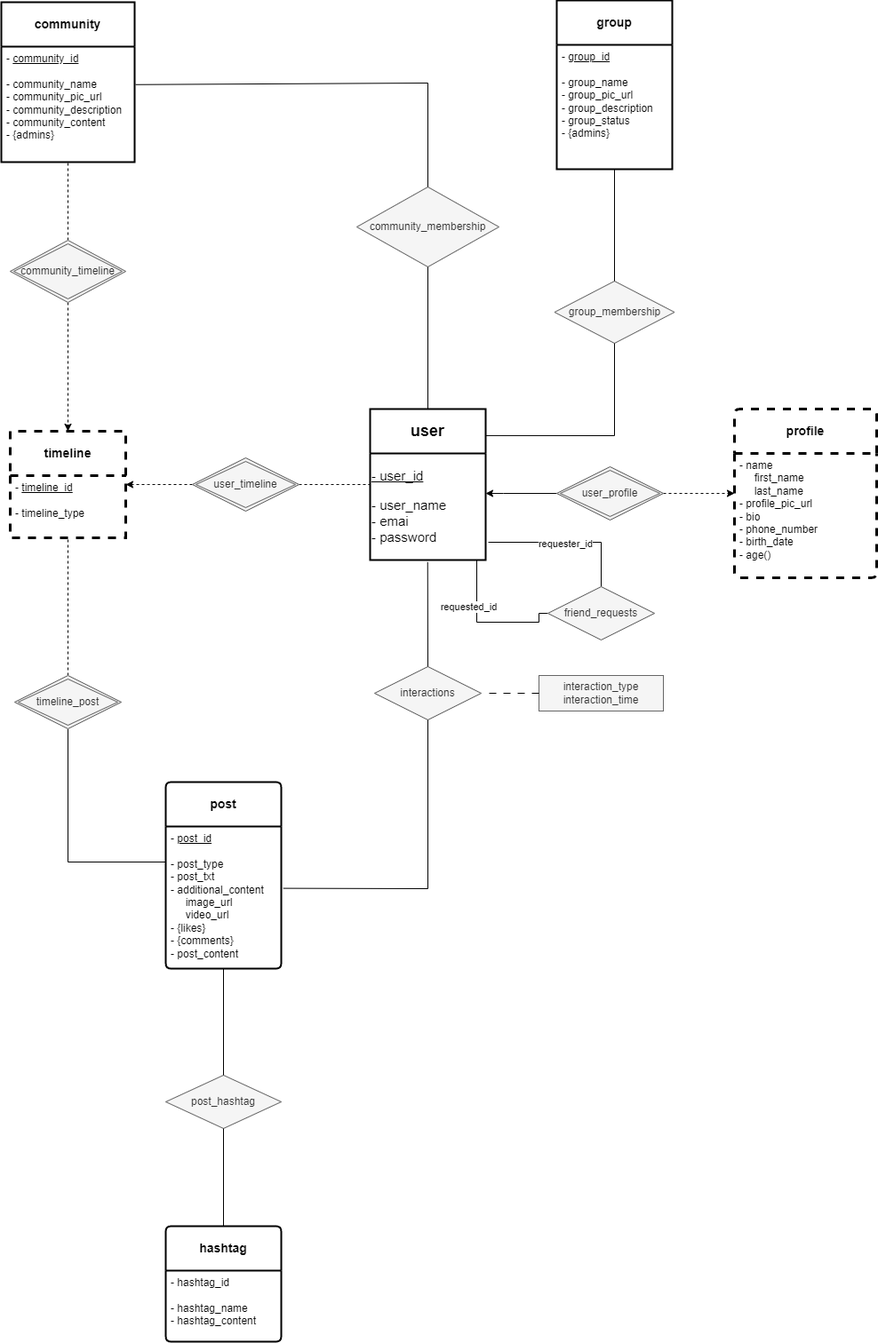
rezaAalaei/yu-gi-oh_messenger keeps this draw.io diagram as new_messenger_project.drawio.png. Above is the earlier version. Source tidied: cells renumbered, new cells last; positions are measured from the earlier drawing's top-left corner, leaving out a move shared by most shapes.
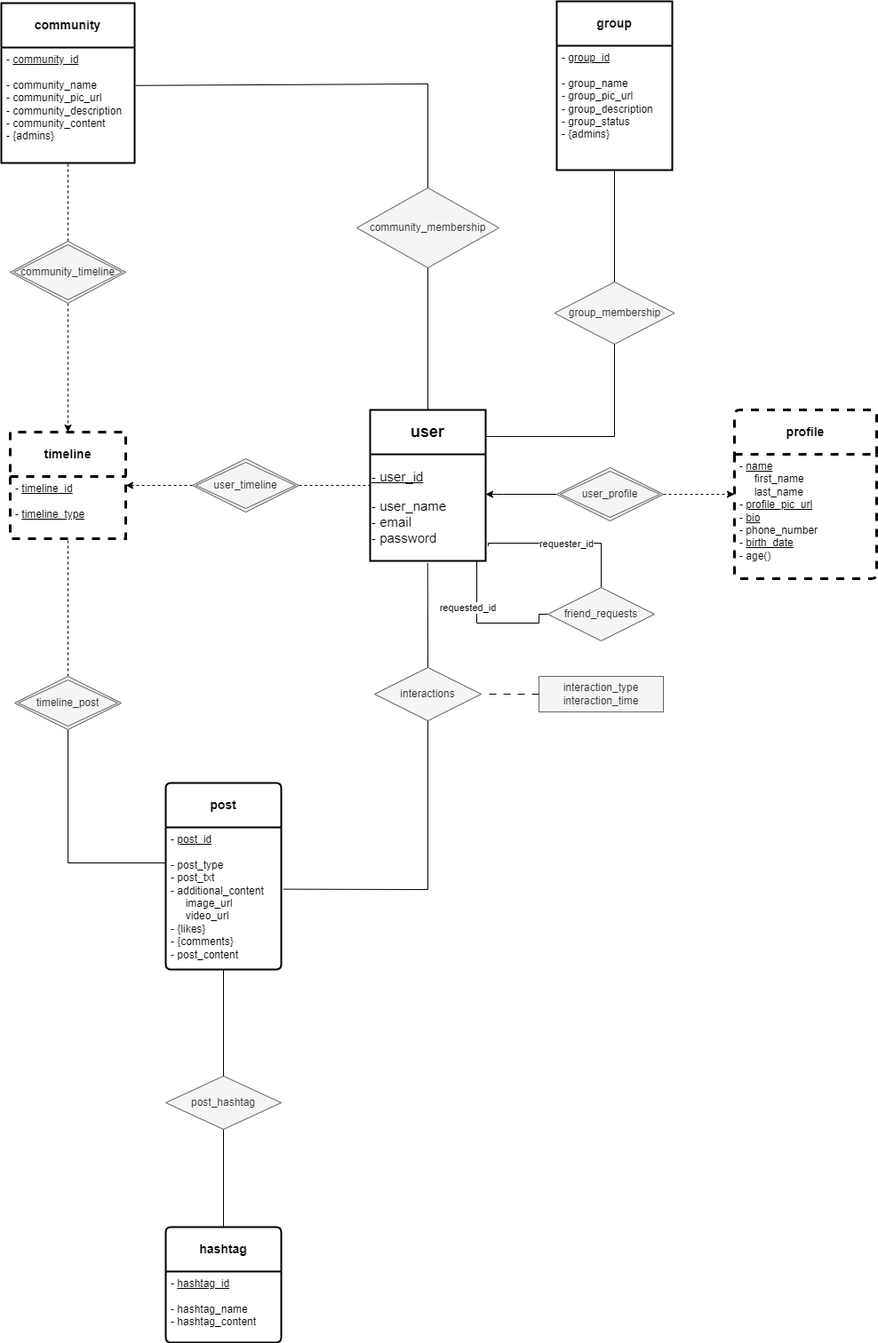
The same diagram one commit later.

What changed in the source:
```diff
@@ -5,13 +5,13 @@
     <mxCell id="2" value="&lt;b&gt;user&lt;/b&gt;" style="swimlane;horizontal=1;startSize=50;rounded=0;fontSize=18;fontStyle=0;strokeWidth=2;shadow=0;dashed=0;align=center;arcSize=4;whiteSpace=wrap;html=1;" parent="1" vertex="1">
       <mxGeometry x="415" y="460" width="130" height="170" as="geometry" />
     </mxCell>
-    <mxCell id="3" value="&lt;div style=&quot;&quot;&gt;&lt;u style=&quot;font-size: 15px; background-color: initial;&quot;&gt;- user_id&lt;/u&gt;&lt;/div&gt;&lt;div style=&quot;&quot;&gt;&lt;br&gt;&lt;/div&gt;&lt;font style=&quot;font-size: 15px;&quot;&gt;&lt;div style=&quot;&quot;&gt;&lt;span style=&quot;background-color: initial;&quot;&gt;- user_name&lt;/span&gt;&lt;/div&gt;&lt;div style=&quot;&quot;&gt;&lt;span style=&quot;background-color: initial;&quot;&gt;- emai&lt;/span&gt;&lt;/div&gt;&lt;div style=&quot;&quot;&gt;&lt;span style=&quot;background-color: initial;&quot;&gt;- password&lt;/span&gt;&lt;/div&gt;&lt;/font&gt;" style="text;html=1;align=left;verticalAlign=middle;points=[];strokeColor=none;fillColor=none;" parent="2" vertex="1">
+    <mxCell id="3" value="&lt;div style=&quot;&quot;&gt;&lt;u style=&quot;font-size: 15px; background-color: initial;&quot;&gt;- user_id&lt;/u&gt;&lt;/div&gt;&lt;div style=&quot;&quot;&gt;&lt;br&gt;&lt;/div&gt;&lt;font style=&quot;font-size: 15px;&quot;&gt;&lt;div style=&quot;&quot;&gt;&lt;span style=&quot;background-color: initial;&quot;&gt;- user_name&lt;/span&gt;&lt;/div&gt;&lt;div style=&quot;&quot;&gt;&lt;span style=&quot;background-color: initial;&quot;&gt;- email&lt;/span&gt;&lt;/div&gt;&lt;div style=&quot;&quot;&gt;&lt;span style=&quot;background-color: initial;&quot;&gt;- password&lt;/span&gt;&lt;/div&gt;&lt;/font&gt;" style="text;html=1;align=left;verticalAlign=middle;points=[];strokeColor=none;fillColor=none;" parent="2" vertex="1">
       <mxGeometry y="50" width="130" height="120" as="geometry" />
     </mxCell>
     <mxCell id="4" value="&lt;b&gt;profile&lt;/b&gt;" style="swimlane;horizontal=1;startSize=50;rounded=1;fontSize=14;fontStyle=0;strokeWidth=3;shadow=0;dashed=1;align=center;arcSize=4;whiteSpace=wrap;html=1;" parent="1" vertex="1">
       <mxGeometry x="825" y="460" width="160" height="190" as="geometry" />
     </mxCell>
-    <mxCell id="5" value="- name&lt;br&gt;&amp;nbsp; &amp;nbsp; &amp;nbsp;first_name&lt;br&gt;&amp;nbsp; &amp;nbsp; &amp;nbsp;last_name&lt;br&gt;- profile_pic_url&lt;br&gt;- bio&lt;br&gt;- phone_number&lt;br&gt;- birth_date&lt;br&gt;- age()" style="align=left;strokeColor=none;fillColor=none;spacingLeft=4;fontSize=12;verticalAlign=top;html=1;" parent="4" vertex="1">
+    <mxCell id="5" value="- &lt;u&gt;name&lt;/u&gt;&lt;br&gt;&amp;nbsp; &amp;nbsp; &amp;nbsp;first_name&lt;br&gt;&amp;nbsp; &amp;nbsp; &amp;nbsp;last_name&lt;br&gt;- &lt;u&gt;profile_pic_url&lt;/u&gt;&lt;br&gt;- &lt;u&gt;bio&lt;/u&gt;&lt;br&gt;- phone_number&lt;br&gt;- &lt;u&gt;birth_date&lt;/u&gt;&lt;br&gt;- age()" style="align=left;strokeColor=none;fillColor=none;spacingLeft=4;fontSize=12;verticalAlign=top;html=1;" parent="4" vertex="1">
       <mxGeometry y="50" width="160" height="140" as="geometry" />
     </mxCell>
     <mxCell id="6" style="edgeStyle=orthogonalEdgeStyle;rounded=0;jettySize=auto;html=1;endArrow=none;endFill=0;exitX=0;exitY=0.5;exitDx=0;exitDy=0;entryX=0.289;entryY=1;entryDx=0;entryDy=0;entryPerimeter=0;" parent="1" edge="1" source="10" target="3">
@@ -95,7 +95,7 @@
     <mxCell id="21" value="&lt;b&gt;hashtag&lt;/b&gt;" style="swimlane;horizontal=1;startSize=50;rounded=1;fontSize=14;fontStyle=0;strokeWidth=2;shadow=0;dashed=0;align=center;arcSize=4;whiteSpace=wrap;html=1;" parent="1" vertex="1">
       <mxGeometry x="185" y="1380" width="130" height="130" as="geometry" />
     </mxCell>
-    <mxCell id="22" value="- hashtag_id&lt;br&gt;&lt;br&gt;- hashtag_name&lt;br&gt;- hashtag_content" style="align=left;strokeColor=none;fillColor=none;spacingLeft=4;fontSize=12;verticalAlign=top;html=1;" parent="21" vertex="1">
+    <mxCell id="22" value="- &lt;u&gt;hashtag_id&lt;/u&gt;&lt;br&gt;&lt;br&gt;- hashtag_name&lt;br&gt;- hashtag_content" style="align=left;strokeColor=none;fillColor=none;spacingLeft=4;fontSize=12;verticalAlign=top;html=1;" parent="21" vertex="1">
       <mxGeometry y="50" width="130" height="80" as="geometry" />
     </mxCell>
     <mxCell id="23" value="post_hashtag" style="shape=rhombus;perimeter=rhombusPerimeter;whiteSpace=wrap;html=1;align=center;fillColor=#f5f5f5;strokeColor=#666666;fontColor=#333333;" parent="1" vertex="1">
@@ -148,7 +148,7 @@
     <mxCell id="36" value="&lt;b&gt;timeline&lt;/b&gt;" style="swimlane;horizontal=1;startSize=50;rounded=1;fontSize=14;fontStyle=0;strokeWidth=3;shadow=0;align=center;arcSize=0;whiteSpace=wrap;html=1;dashed=1;" parent="1" vertex="1">
       <mxGeometry x="10" y="485" width="130" height="120" as="geometry" />
     </mxCell>
-    <mxCell id="37" value="- &lt;u&gt;timeline_id&lt;br&gt;&lt;/u&gt;&lt;br&gt;- timeline_type&lt;br&gt;" style="align=left;strokeColor=none;fillColor=none;spacingLeft=4;fontSize=12;verticalAlign=top;html=1;" parent="36" vertex="1">
+    <mxCell id="37" value="- &lt;u&gt;timeline_id&lt;br&gt;&lt;/u&gt;&lt;br&gt;- &lt;u&gt;timeline_type&lt;/u&gt;" style="align=left;strokeColor=none;fillColor=none;spacingLeft=4;fontSize=12;verticalAlign=top;html=1;" parent="36" vertex="1">
       <mxGeometry y="50" width="130" height="70" as="geometry" />
     </mxCell>
     <mxCell id="38" style="endArrow=none;html=1;rounded=0;exitX=0.5;exitY=0;exitDx=0;exitDy=0;entryX=0.5;entryY=1;entryDx=0;entryDy=0;dashed=1;" parent="1" edge="1" source="46" target="37">
```
